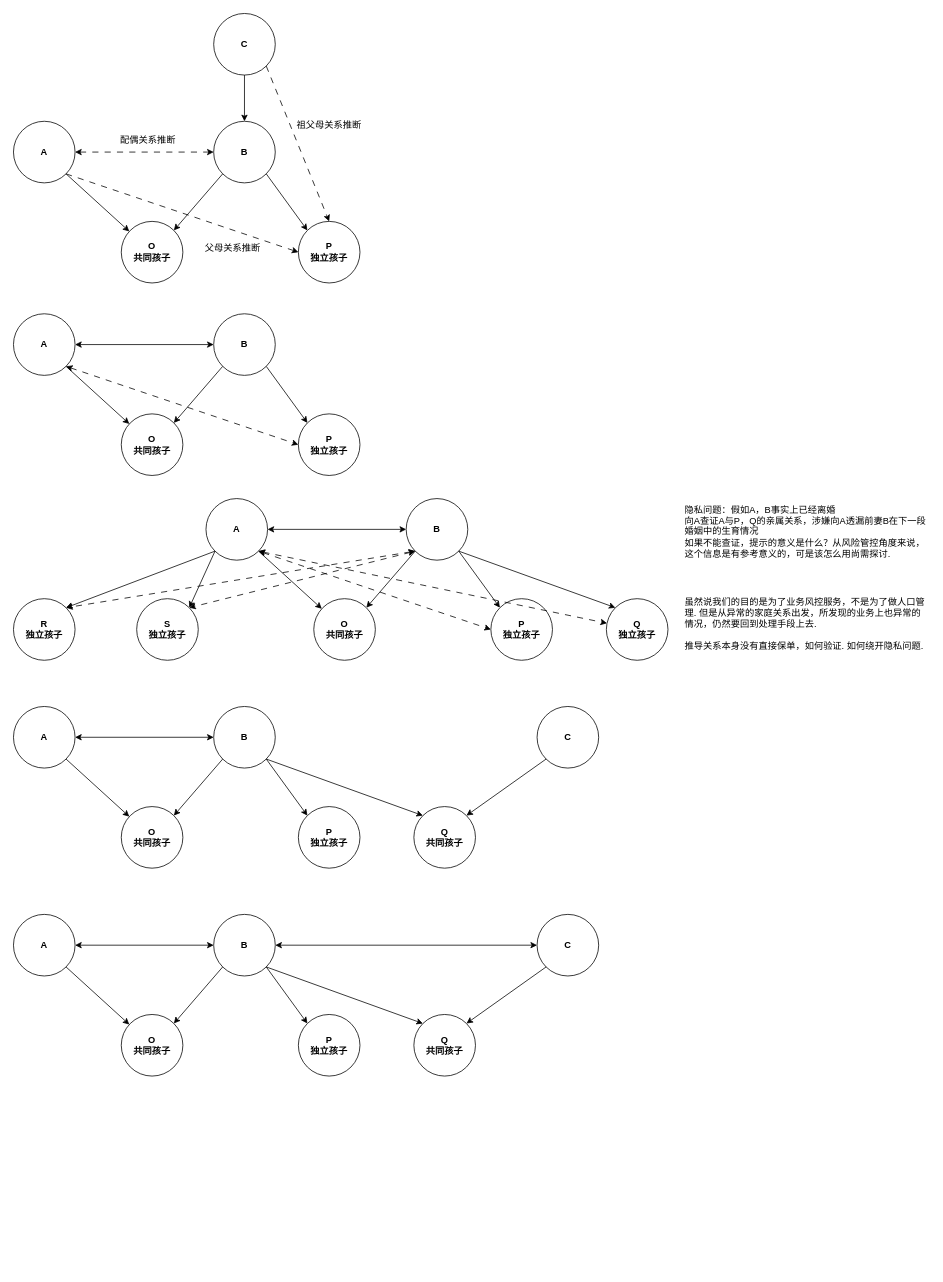
XiaoLiuAI/diagrams keeps this draw.io diagram as page "关系推导细化" (8 of 9) of 友邦/图拓扑设计.drawio. Above is the earlier version. Source tidied: cells renumbered, new cells numbered last; positions are measured from the earlier drawing's top-left corner, leaving out a move shared by most shapes. Both pictures are drawn from the tidied source at 77%, with x=0, y=0 at pixel (13, 13).
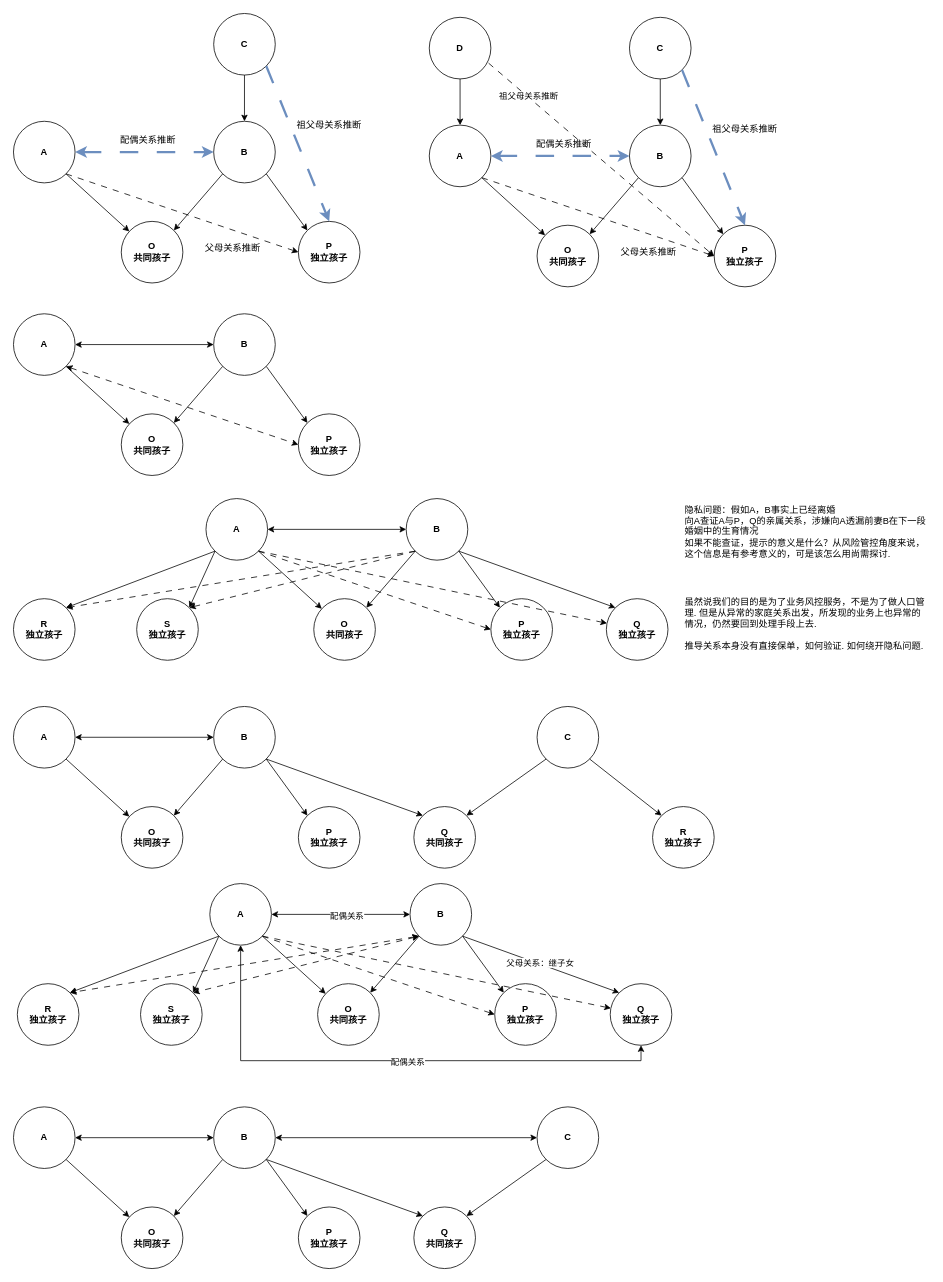
The same diagram, later.

The change refers to these unchanged cells:
```xml
<mxCell id="8" value="C" style="ellipse;whiteSpace=wrap;html=1;fontStyle=1;" parent="1" vertex="1">
  <mxGeometry x="680" y="900" width="80" height="80" as="geometry" />
</mxCell>
<mxCell id="36" value="&lt;b&gt;A&lt;/b&gt;" style="ellipse;whiteSpace=wrap;html=1;fontStyle=0;" parent="1" vertex="1">
  <mxGeometry y="140" width="80" height="80" as="geometry" />
</mxCell>
<mxCell id="37" value="B" style="ellipse;whiteSpace=wrap;html=1;fontStyle=1;" parent="1" vertex="1">
  <mxGeometry x="260" y="140" width="80" height="80" as="geometry" />
</mxCell>
<mxCell id="42" value="&lt;b&gt;P&lt;br&gt;独立孩子&lt;br&gt;&lt;/b&gt;" style="ellipse;whiteSpace=wrap;html=1;fontStyle=0;" parent="1" vertex="1">
  <mxGeometry x="370" y="270" width="80" height="80" as="geometry" />
</mxCell>
<mxCell id="45" value="&lt;b&gt;A&lt;/b&gt;" style="ellipse;whiteSpace=wrap;html=1;fontStyle=0;" parent="1" vertex="1">
  <mxGeometry x="250" y="630" width="80" height="80" as="geometry" />
</mxCell>
<mxCell id="46" value="B" style="ellipse;whiteSpace=wrap;html=1;fontStyle=1;" parent="1" vertex="1">
  <mxGeometry x="510" y="630" width="80" height="80" as="geometry" />
</mxCell>
<mxCell id="51" value="&lt;b&gt;P&lt;br&gt;独立孩子&lt;br&gt;&lt;/b&gt;" style="ellipse;whiteSpace=wrap;html=1;fontStyle=0;" parent="1" vertex="1">
  <mxGeometry x="620" y="760" width="80" height="80" as="geometry" />
</mxCell>
<mxCell id="54" value="&lt;b&gt;Q&lt;br&gt;独立孩子&lt;br&gt;&lt;/b&gt;" style="ellipse;whiteSpace=wrap;html=1;fontStyle=0;" parent="1" vertex="1">
  <mxGeometry x="770" y="760" width="80" height="80" as="geometry" />
</mxCell>
<mxCell id="56" value="&lt;b&gt;R&lt;br&gt;独立孩子&lt;br&gt;&lt;/b&gt;" style="ellipse;whiteSpace=wrap;html=1;fontStyle=0;" parent="1" vertex="1">
  <mxGeometry y="760" width="80" height="80" as="geometry" />
</mxCell>
<mxCell id="57" value="&lt;b&gt;S&lt;br&gt;独立孩子&lt;br&gt;&lt;/b&gt;" style="ellipse;whiteSpace=wrap;html=1;fontStyle=0;" parent="1" vertex="1">
  <mxGeometry x="160" y="760" width="80" height="80" as="geometry" />
</mxCell>
<mxCell id="65" value="C" style="ellipse;whiteSpace=wrap;html=1;fontStyle=1;" parent="1" vertex="1">
  <mxGeometry x="260" width="80" height="80" as="geometry" />
</mxCell>
```

What changed in the source:
```diff
@@
     <mxCell id="14" value="&lt;b&gt;A&lt;/b&gt;" style="ellipse;whiteSpace=wrap;html=1;fontStyle=0;" parent="1" vertex="1">
-      <mxGeometry y="1170" width="80" height="80" as="geometry" />
+      <mxGeometry y="1420" width="80" height="80" as="geometry" />
     </mxCell>
     <mxCell id="15" value="B" style="ellipse;whiteSpace=wrap;html=1;fontStyle=1;" parent="1" vertex="1">
-      <mxGeometry x="260" y="1170" width="80" height="80" as="geometry" />
+      <mxGeometry x="260" y="1420" width="80" height="80" as="geometry" />
     </mxCell>
@@
     <mxCell id="17" value="&lt;b&gt;O&lt;br&gt;共同孩子&lt;br&gt;&lt;/b&gt;" style="ellipse;whiteSpace=wrap;html=1;fontStyle=0;" parent="1" vertex="1">
-      <mxGeometry x="140" y="1300" width="80" height="80" as="geometry" />
+      <mxGeometry x="140" y="1550" width="80" height="80" as="geometry" />
     </mxCell>
@@
     <mxCell id="20" value="C" style="ellipse;whiteSpace=wrap;html=1;fontStyle=1;" parent="1" vertex="1">
-      <mxGeometry x="680" y="1170" width="80" height="80" as="geometry" />
+      <mxGeometry x="680" y="1420" width="80" height="80" as="geometry" />
     </mxCell>
     <mxCell id="21" value="&lt;b&gt;P&lt;br&gt;独立孩子&lt;br&gt;&lt;/b&gt;" style="ellipse;whiteSpace=wrap;html=1;fontStyle=0;" parent="1" vertex="1">
-      <mxGeometry x="370" y="1300" width="80" height="80" as="geometry" />
+      <mxGeometry x="370" y="1550" width="80" height="80" as="geometry" />
     </mxCell>
     <mxCell id="22" value="&lt;b&gt;Q&lt;br&gt;共同孩子&lt;br&gt;&lt;/b&gt;" style="ellipse;whiteSpace=wrap;html=1;fontStyle=0;" parent="1" vertex="1">
-      <mxGeometry x="520" y="1300" width="80" height="80" as="geometry" />
+      <mxGeometry x="520" y="1550" width="80" height="80" as="geometry" />
     </mxCell>
@@
-    <mxCell id="38" style="endArrow=classic;startArrow=classic;html=1;rounded=0;entryX=0;entryY=0.5;entryDx=0;entryDy=0;exitX=1;exitY=0.5;exitDx=0;exitDy=0;dashed=1;dashPattern=8 8;" parent="1" edge="1" source="36" target="37">
+    <mxCell id="38" style="endArrow=classic;startArrow=classic;html=1;rounded=0;entryX=0;entryY=0.5;entryDx=0;entryDy=0;exitX=1;exitY=0.5;exitDx=0;exitDy=0;dashed=1;dashPattern=8 8;fillColor=#dae8fc;strokeColor=#6c8ebf;strokeWidth=3;" parent="1" edge="1" source="36" target="37">
       <mxGeometry relative="1" as="geometry" />
     </mxCell>
@@
-    <mxCell id="53" style="endArrow=classic;startArrow=classic;html=1;rounded=0;entryX=0;entryY=0.5;entryDx=0;entryDy=0;exitX=1;exitY=1;exitDx=0;exitDy=0;dashed=1;dashPattern=8 8;" parent="1" edge="1" source="45" target="51">
+    <mxCell id="53" style="endArrow=classic;startArrow=none;html=1;rounded=0;entryX=0;entryY=0.5;entryDx=0;entryDy=0;exitX=1;exitY=1;exitDx=0;exitDy=0;dashed=1;dashPattern=8 8;startFill=0;" parent="1" edge="1" source="45" target="51">
       <mxGeometry relative="1" as="geometry" />
     </mxCell>
@@
-    <mxCell id="60" style="endArrow=classic;startArrow=classic;html=1;rounded=0;exitX=1;exitY=1;exitDx=0;exitDy=0;dashed=1;dashPattern=8 8;" parent="1" edge="1" source="45" target="54">
+    <mxCell id="60" style="endArrow=classic;startArrow=none;html=1;rounded=0;exitX=1;exitY=1;exitDx=0;exitDy=0;dashed=1;dashPattern=8 8;startFill=0;" parent="1" edge="1" source="45" target="54">
       <mxGeometry relative="1" as="geometry" />
     </mxCell>
-    <mxCell id="61" style="endArrow=classic;startArrow=classic;html=1;rounded=0;exitX=0;exitY=1;exitDx=0;exitDy=0;dashed=1;dashPattern=8 8;entryX=1;entryY=0;entryDx=0;entryDy=0;" parent="1" edge="1" source="46" target="57">
+    <mxCell id="61" style="endArrow=classic;startArrow=none;html=1;rounded=0;exitX=0;exitY=1;exitDx=0;exitDy=0;dashed=1;dashPattern=8 8;entryX=1;entryY=0;entryDx=0;entryDy=0;startFill=0;" parent="1" edge="1" source="46" target="57">
       <mxGeometry relative="1" as="geometry" />
     </mxCell>
-    <mxCell id="62" style="endArrow=classic;startArrow=classic;html=1;rounded=0;exitX=0;exitY=1;exitDx=0;exitDy=0;dashed=1;dashPattern=8 8;entryX=1;entryY=0;entryDx=0;entryDy=0;" parent="1" edge="1" source="46" target="56">
+    <mxCell id="62" style="endArrow=classic;startArrow=none;html=1;rounded=0;exitX=0;exitY=1;exitDx=0;exitDy=0;dashed=1;dashPattern=8 8;entryX=1;entryY=0;entryDx=0;entryDy=0;startFill=0;" parent="1" edge="1" source="46" target="56">
       <mxGeometry relative="1" as="geometry" />
     </mxCell>
@@
-    <mxCell id="67" style="endArrow=classic;html=1;rounded=0;entryX=0.5;entryY=0;entryDx=0;entryDy=0;exitX=1;exitY=1;exitDx=0;exitDy=0;dashed=1;dashPattern=8 8;" parent="1" edge="1" source="65" target="42">
+    <mxCell id="67" style="endArrow=classic;html=1;rounded=0;entryX=0.5;entryY=0;entryDx=0;entryDy=0;exitX=1;exitY=1;exitDx=0;exitDy=0;dashed=1;dashPattern=8 8;fillColor=#dae8fc;strokeColor=#6c8ebf;strokeWidth=3;" parent="1" edge="1" source="65" target="42">
       <mxGeometry relative="1" as="geometry" />
     </mxCell>
@@
+    <mxCell id="71" value="&lt;b&gt;R&lt;br&gt;独立孩子&lt;br&gt;&lt;/b&gt;" style="ellipse;whiteSpace=wrap;html=1;fontStyle=0;" parent="1" vertex="1">
+      <mxGeometry x="830" y="1030" width="80" height="80" as="geometry" />
+    </mxCell>
+    <mxCell id="72" style="endArrow=classic;html=1;rounded=0;entryX=0;entryY=0;entryDx=0;entryDy=0;exitX=1;exitY=1;exitDx=0;exitDy=0;" parent="1" edge="1" source="8" target="71">
+      <mxGeometry relative="1" as="geometry" />
+    </mxCell>
+    <mxCell id="73" style="edgeStyle=orthogonalEdgeStyle;rounded=0;jettySize=auto;html=1;exitX=0.5;exitY=1;exitDx=0;exitDy=0;entryX=0.5;entryY=1;entryDx=0;entryDy=0;startArrow=classic;startFill=1;" parent="1" edge="1" source="75" target="85">
+      <mxGeometry relative="1" as="geometry" />
+    </mxCell>
+    <mxCell id="74" value="配偶关系" style="edgeLabel;html=1;align=center;verticalAlign=middle;" parent="73" vertex="1">
+      <mxGeometry x="0.06" y="-1" relative="1" as="geometry" />
+    </mxCell>
+    <mxCell id="75" value="&lt;b&gt;A&lt;/b&gt;" style="ellipse;whiteSpace=wrap;html=1;fontStyle=0;" parent="1" vertex="1">
+      <mxGeometry x="255" y="1130" width="80" height="80" as="geometry" />
+    </mxCell>
+    <mxCell id="76" value="B" style="ellipse;whiteSpace=wrap;html=1;fontStyle=1;" parent="1" vertex="1">
+      <mxGeometry x="515" y="1130" width="80" height="80" as="geometry" />
+    </mxCell>
+    <mxCell id="77" style="endArrow=classic;startArrow=classic;html=1;rounded=0;entryX=0;entryY=0.5;entryDx=0;entryDy=0;exitX=1;exitY=0.5;exitDx=0;exitDy=0;" parent="1" edge="1" source="75" target="76">
+      <mxGeometry relative="1" as="geometry" />
+    </mxCell>
+    <mxCell id="78" value="配偶关系" style="edgeLabel;html=1;align=center;verticalAlign=middle;" parent="77" vertex="1">
+      <mxGeometry x="0.08" y="-1" relative="1" as="geometry" />
+    </mxCell>
+    <mxCell id="79" value="&lt;b&gt;O&lt;br&gt;共同孩子&lt;br&gt;&lt;/b&gt;" style="ellipse;whiteSpace=wrap;html=1;fontStyle=0;" parent="1" vertex="1">
+      <mxGeometry x="395" y="1260" width="80" height="80" as="geometry" />
+    </mxCell>
+    <mxCell id="80" style="endArrow=classic;html=1;rounded=0;entryX=1;entryY=0;entryDx=0;entryDy=0;exitX=0;exitY=1;exitDx=0;exitDy=0;" parent="1" edge="1" source="76" target="79">
+      <mxGeometry relative="1" as="geometry" />
+    </mxCell>
+    <mxCell id="81" style="endArrow=classic;html=1;rounded=0;exitX=1;exitY=1;exitDx=0;exitDy=0;" parent="1" edge="1" source="75" target="79">
+      <mxGeometry relative="1" as="geometry" />
+    </mxCell>
+    <mxCell id="82" value="&lt;b&gt;P&lt;br&gt;独立孩子&lt;br&gt;&lt;/b&gt;" style="ellipse;whiteSpace=wrap;html=1;fontStyle=0;" parent="1" vertex="1">
+      <mxGeometry x="625" y="1260" width="80" height="80" as="geometry" />
+    </mxCell>
+    <mxCell id="83" style="endArrow=classic;html=1;rounded=0;entryX=0;entryY=0;entryDx=0;entryDy=0;exitX=1;exitY=1;exitDx=0;exitDy=0;" parent="1" edge="1" source="76" target="82">
+      <mxGeometry relative="1" as="geometry" />
+    </mxCell>
+    <mxCell id="84" style="endArrow=classic;startArrow=none;html=1;rounded=0;entryX=0;entryY=0.5;entryDx=0;entryDy=0;exitX=1;exitY=1;exitDx=0;exitDy=0;dashed=1;dashPattern=8 8;startFill=0;" parent="1" edge="1" source="75" target="82">
+      <mxGeometry relative="1" as="geometry" />
+    </mxCell>
+    <mxCell id="85" value="&lt;b&gt;Q&lt;br&gt;独立孩子&lt;br&gt;&lt;/b&gt;" style="ellipse;whiteSpace=wrap;html=1;fontStyle=0;" parent="1" vertex="1">
+      <mxGeometry x="775" y="1260" width="80" height="80" as="geometry" />
+    </mxCell>
+    <mxCell id="86" style="endArrow=classic;html=1;rounded=0;entryX=0;entryY=0;entryDx=0;entryDy=0;exitX=1;exitY=1;exitDx=0;exitDy=0;" parent="1" edge="1" source="76" target="85">
+      <mxGeometry relative="1" as="geometry" />
+    </mxCell>
+    <mxCell id="87" value="父母关系：继子女" style="edgeLabel;html=1;align=center;verticalAlign=middle;" parent="86" vertex="1">
+      <mxGeometry x="-0.01" y="2" relative="1" as="geometry">
+        <mxPoint x="-1" as="offset" />
+      </mxGeometry>
+    </mxCell>
+    <mxCell id="88" value="&lt;b&gt;R&lt;br&gt;独立孩子&lt;br&gt;&lt;/b&gt;" style="ellipse;whiteSpace=wrap;html=1;fontStyle=0;" parent="1" vertex="1">
+      <mxGeometry x="5" y="1260" width="80" height="80" as="geometry" />
+    </mxCell>
+    <mxCell id="89" value="&lt;b&gt;S&lt;br&gt;独立孩子&lt;br&gt;&lt;/b&gt;" style="ellipse;whiteSpace=wrap;html=1;fontStyle=0;" parent="1" vertex="1">
+      <mxGeometry x="165" y="1260" width="80" height="80" as="geometry" />
+    </mxCell>
+    <mxCell id="90" style="endArrow=classic;html=1;rounded=0;entryX=1;entryY=0;entryDx=0;entryDy=0;exitX=0;exitY=1;exitDx=0;exitDy=0;" parent="1" edge="1" source="75" target="89">
+      <mxGeometry relative="1" as="geometry" />
+    </mxCell>
+    <mxCell id="91" style="endArrow=classic;html=1;rounded=0;entryX=1;entryY=0;entryDx=0;entryDy=0;exitX=0;exitY=1;exitDx=0;exitDy=0;" parent="1" edge="1" source="75" target="88">
+      <mxGeometry relative="1" as="geometry" />
+    </mxCell>
+    <mxCell id="92" style="endArrow=classic;startArrow=none;html=1;rounded=0;exitX=1;exitY=1;exitDx=0;exitDy=0;dashed=1;dashPattern=8 8;startFill=0;" parent="1" edge="1" source="75" target="85">
+      <mxGeometry relative="1" as="geometry" />
+    </mxCell>
+    <mxCell id="93" style="endArrow=classic;startArrow=classic;html=1;rounded=0;exitX=0;exitY=1;exitDx=0;exitDy=0;dashed=1;dashPattern=8 8;entryX=1;entryY=0;entryDx=0;entryDy=0;" parent="1" edge="1" source="76" target="89">
+      <mxGeometry relative="1" as="geometry" />
+    </mxCell>
+    <mxCell id="94" style="endArrow=classic;startArrow=classic;html=1;rounded=0;exitX=0;exitY=1;exitDx=0;exitDy=0;dashed=1;dashPattern=8 8;entryX=1;entryY=0;entryDx=0;entryDy=0;" parent="1" edge="1" source="76" target="88">
+      <mxGeometry relative="1" as="geometry" />
+    </mxCell>
+    <mxCell id="95" value="&lt;b&gt;A&lt;/b&gt;" style="ellipse;whiteSpace=wrap;html=1;fontStyle=0;" parent="1" vertex="1">
+      <mxGeometry x="540" y="145" width="80" height="80" as="geometry" />
+    </mxCell>
+    <mxCell id="96" value="B" style="ellipse;whiteSpace=wrap;html=1;fontStyle=1;" parent="1" vertex="1">
+      <mxGeometry x="800" y="145" width="80" height="80" as="geometry" />
+    </mxCell>
+    <mxCell id="97" style="endArrow=classic;startArrow=classic;html=1;rounded=0;entryX=0;entryY=0.5;entryDx=0;entryDy=0;exitX=1;exitY=0.5;exitDx=0;exitDy=0;dashed=1;dashPattern=8 8;strokeWidth=3;fillColor=#dae8fc;strokeColor=#6c8ebf;" parent="1" edge="1" source="95" target="96">
+      <mxGeometry relative="1" as="geometry" />
+    </mxCell>
+    <mxCell id="98" value="&lt;b&gt;O&lt;br&gt;共同孩子&lt;br&gt;&lt;/b&gt;" style="ellipse;whiteSpace=wrap;html=1;fontStyle=0;" parent="1" vertex="1">
+      <mxGeometry x="680" y="275" width="80" height="80" as="geometry" />
+    </mxCell>
+    <mxCell id="99" style="endArrow=classic;html=1;rounded=0;entryX=1;entryY=0;entryDx=0;entryDy=0;exitX=0;exitY=1;exitDx=0;exitDy=0;" parent="1" edge="1" source="96" target="98">
+      <mxGeometry relative="1" as="geometry" />
+    </mxCell>
+    <mxCell id="100" style="endArrow=classic;html=1;rounded=0;exitX=1;exitY=1;exitDx=0;exitDy=0;" parent="1" edge="1" source="95" target="98">
+      <mxGeometry relative="1" as="geometry" />
+    </mxCell>
+    <mxCell id="101" value="&lt;b&gt;P&lt;br&gt;独立孩子&lt;br&gt;&lt;/b&gt;" style="ellipse;whiteSpace=wrap;html=1;fontStyle=0;" parent="1" vertex="1">
+      <mxGeometry x="910" y="275" width="80" height="80" as="geometry" />
+    </mxCell>
+    <mxCell id="102" style="endArrow=classic;html=1;rounded=0;entryX=0;entryY=0;entryDx=0;entryDy=0;exitX=1;exitY=1;exitDx=0;exitDy=0;" parent="1" edge="1" source="96" target="101">
+      <mxGeometry relative="1" as="geometry" />
+    </mxCell>
+    <mxCell id="103" style="endArrow=classic;startArrow=none;html=1;rounded=0;entryX=0;entryY=0.5;entryDx=0;entryDy=0;exitX=1;exitY=1;exitDx=0;exitDy=0;dashed=1;dashPattern=8 8;startFill=0;" parent="1" edge="1" source="95" target="101">
+      <mxGeometry relative="1" as="geometry" />
+    </mxCell>
+    <mxCell id="104" value="C" style="ellipse;whiteSpace=wrap;html=1;fontStyle=1;" parent="1" vertex="1">
+      <mxGeometry x="800" y="5" width="80" height="80" as="geometry" />
+    </mxCell>
+    <mxCell id="105" style="endArrow=classic;html=1;rounded=0;entryX=0.5;entryY=0;entryDx=0;entryDy=0;exitX=0.5;exitY=1;exitDx=0;exitDy=0;" parent="1" edge="1" source="104" target="96">
+      <mxGeometry relative="1" as="geometry" />
+    </mxCell>
+    <mxCell id="106" style="endArrow=classic;html=1;rounded=0;entryX=0.5;entryY=0;entryDx=0;entryDy=0;exitX=1;exitY=1;exitDx=0;exitDy=0;dashed=1;dashPattern=8 8;strokeWidth=3;fillColor=#dae8fc;strokeColor=#6c8ebf;" parent="1" edge="1" source="104" target="101">
+      <mxGeometry relative="1" as="geometry" />
+    </mxCell>
+    <mxCell id="107" value="配偶关系推断" style="text;html=1;strokeColor=none;fillColor=none;align=center;verticalAlign=middle;whiteSpace=wrap;rounded=0;" parent="1" vertex="1">
+      <mxGeometry x="670" y="155" width="90" height="30" as="geometry" />
+    </mxCell>
+    <mxCell id="108" value="父母关系推断" style="text;html=1;strokeColor=none;fillColor=none;align=center;verticalAlign=middle;whiteSpace=wrap;rounded=0;" parent="1" vertex="1">
+      <mxGeometry x="780" y="295" width="90" height="30" as="geometry" />
+    </mxCell>
+    <mxCell id="109" value="祖父母关系推断" style="text;html=1;strokeColor=none;fillColor=none;align=center;verticalAlign=middle;whiteSpace=wrap;rounded=0;" parent="1" vertex="1">
+      <mxGeometry x="905" y="135" width="90" height="30" as="geometry" />
+    </mxCell>
+    <mxCell id="110" style="edgeStyle=orthogonalEdgeStyle;rounded=0;jettySize=auto;html=1;exitX=0.5;exitY=1;exitDx=0;exitDy=0;" parent="1" edge="1" source="111" target="95">
+      <mxGeometry relative="1" as="geometry" />
+    </mxCell>
+    <mxCell id="111" value="D" style="ellipse;whiteSpace=wrap;html=1;fontStyle=1;" parent="1" vertex="1">
+      <mxGeometry x="540" y="5" width="80" height="80" as="geometry" />
+    </mxCell>
+    <mxCell id="112" style="endArrow=classic;startArrow=none;html=1;rounded=0;entryX=0;entryY=0.5;entryDx=0;entryDy=0;exitX=0.963;exitY=0.744;exitDx=0;exitDy=0;dashed=1;dashPattern=8 8;startFill=0;exitPerimeter=0;" parent="1" edge="1" source="111" target="101">
+      <mxGeometry relative="1" as="geometry" />
+    </mxCell>
+    <mxCell id="113" value="祖父母关系推断" style="edgeLabel;html=1;align=center;verticalAlign=middle;" parent="112" vertex="1">
+      <mxGeometry x="-0.65" y="1" relative="1" as="geometry" />
+    </mxCell>
```
